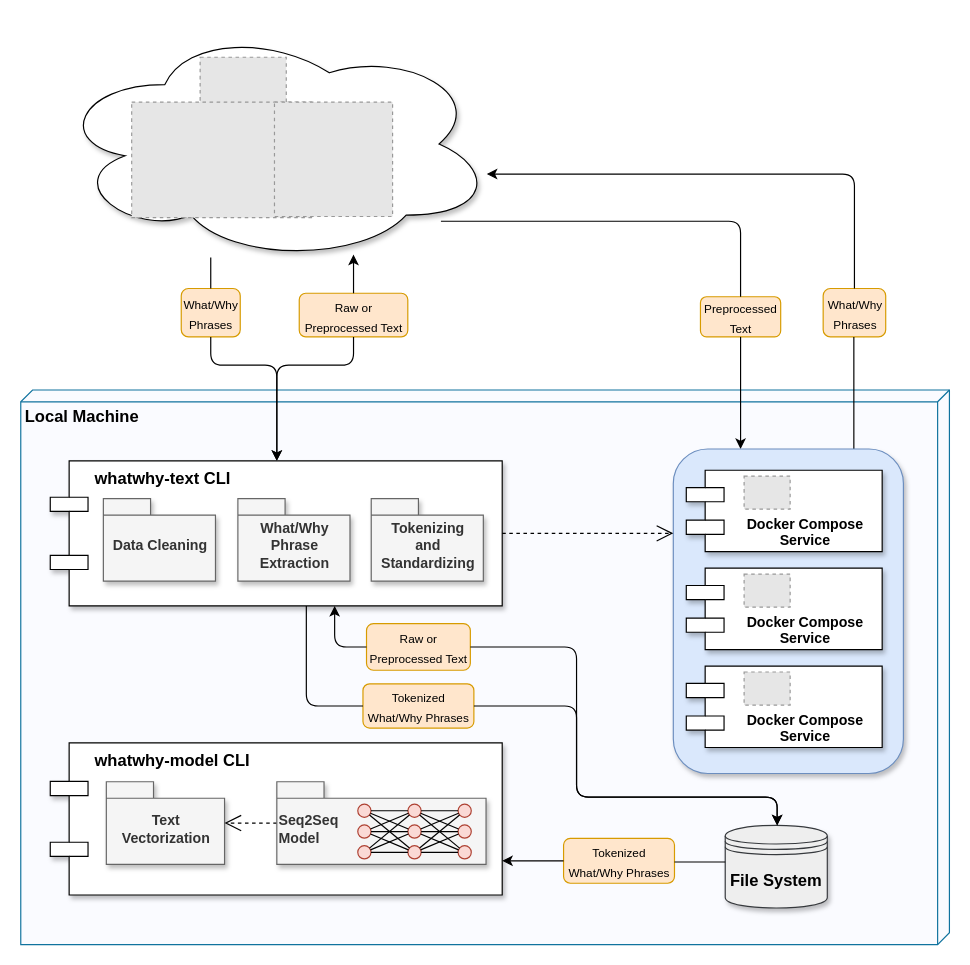
The draw.io diagram images/whatwhy-architecture.drawio in stevengt/whatwhy, before the edit. Source tidied: cells renumbered, new cells numbered last; positions are measured from the earlier drawing's top-left corner, leaving out a move shared by most shapes. Both pictures are drawn from the tidied source at 118%, with x=0, y=0 at pixel (20, 25). Pictures stored in the file or linked from it are replaced by grey dashed boxes.
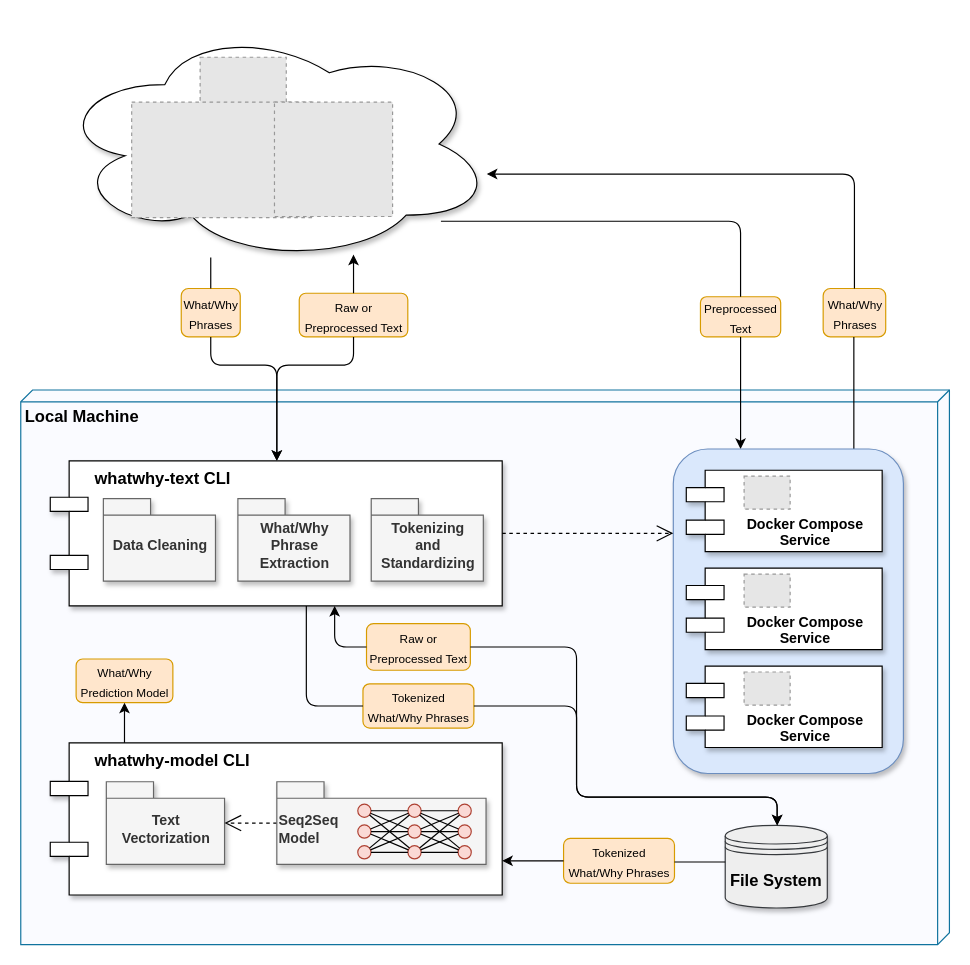
The same page after the edit.

Commit message (it also covers changes not shown here):
Updated architecture diagram.

Unchanged cells that the change refers to:
```xml
<mxCell id="23" value="whatwhy-model CLI" style="shape=component;align=left;spacingLeft=36;shadow=1;comic=0;fontSize=14;fontStyle=1;verticalAlign=top;" parent="22" vertex="1">
  <mxGeometry width="383" height="129" as="geometry" />
</mxCell>
```

Change to the diagram source:
```diff
@@
+    <mxCell id="93" value="&lt;font style=&quot;font-size: 10px&quot;&gt;What/Why&lt;br&gt;Prediction Model&lt;br&gt;&lt;/font&gt;" style="html=1;shadow=0;fontSize=14;align=center;rounded=1;fillColor=#ffe6cc;strokeColor=#d79b00;" parent="1" vertex="1">
+      <mxGeometry x="47" y="537" width="82" height="37" as="geometry" />
+    </mxCell>
+    <mxCell id="94" style="endArrow=classic;startArrow=none;html=1;fontSize=14;edgeStyle=orthogonalEdgeStyle;startFill=0;" parent="1" edge="1" source="23" target="93">
+      <mxGeometry relative="1" as="geometry">
+        <Array as="points">
+          <mxPoint x="88" y="600" />
+          <mxPoint x="88" y="600" />
+        </Array>
+      </mxGeometry>
+    </mxCell>
```
